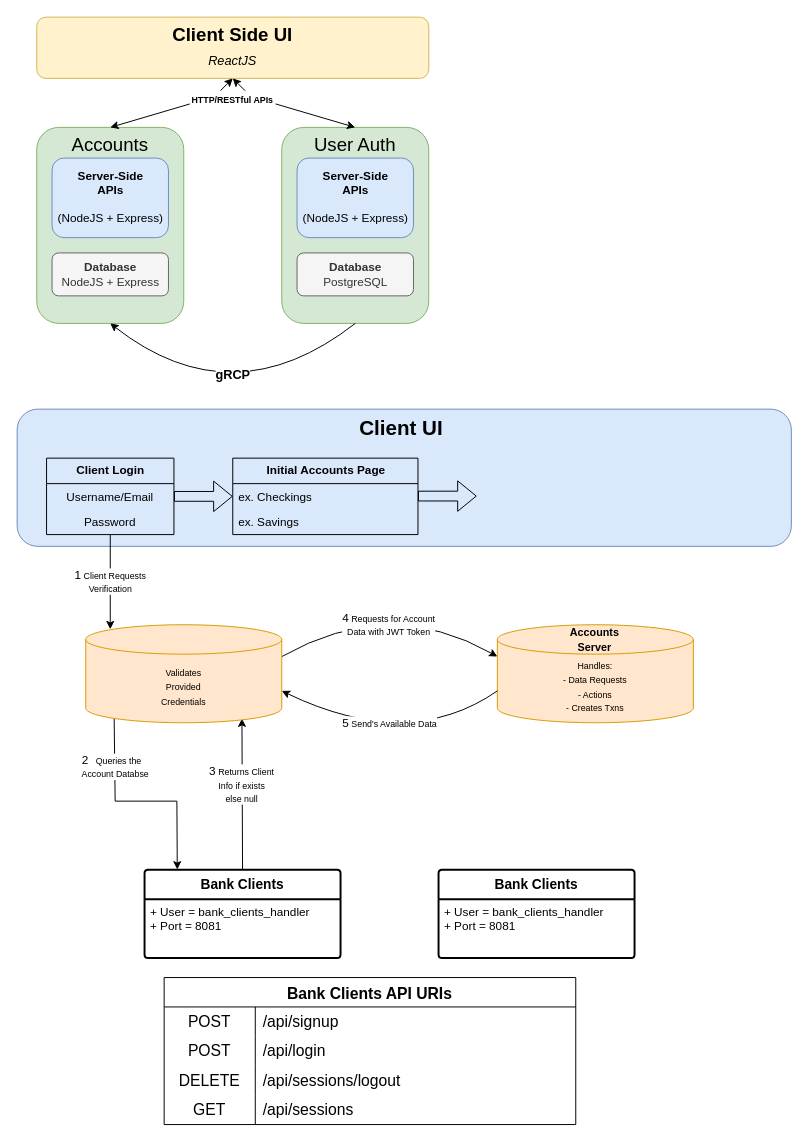
Before: BankingApp_Architecture.drawio in doo1y/banking-app, a draw.io diagram. Source tidied: cells renumbered, new cells numbered last; positions are measured from the earlier drawing's top-left corner, leaving out a move shared by most shapes. Both pictures are drawn from the tidied source at 98%, with x=0, y=0 at pixel (17, 17).
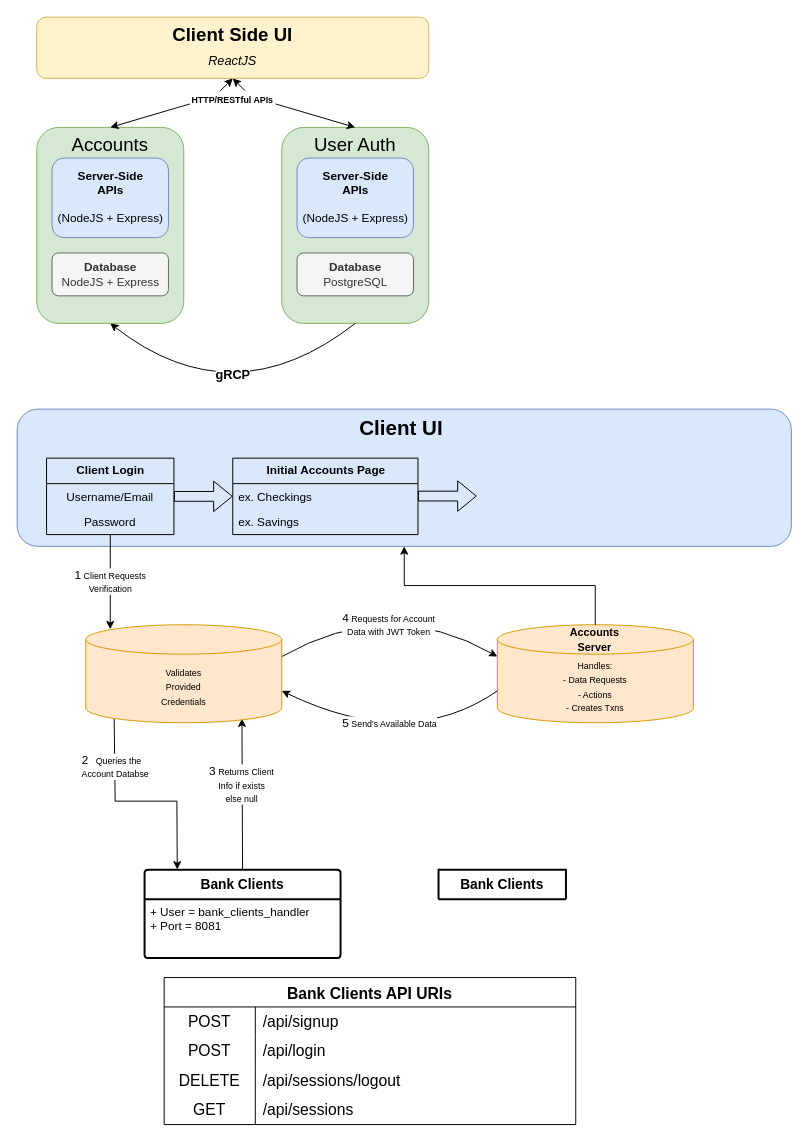
Above is the later version.

Unchanged cells that the change refers to:
```xml
<mxCell id="17" value="&lt;b&gt;&lt;font style=&quot;font-size: 21px;&quot;&gt;Client UI&amp;nbsp;&lt;/font&gt;&lt;/b&gt;" style="rounded=1;whiteSpace=wrap;html=1;fillColor=#dae8fc;strokeColor=#6c8ebf;verticalAlign=top;" parent="1" vertex="1">
  <mxGeometry y="400" width="790" height="140" as="geometry" />
</mxCell>
<mxCell id="36" value="&lt;font style=&quot;font-size: 11px;&quot;&gt;&lt;b&gt;Accounts Server&lt;/b&gt;&lt;/font&gt;" style="text;html=1;strokeColor=none;fillColor=none;align=center;verticalAlign=middle;whiteSpace=wrap;rounded=0;" parent="34" vertex="1">
  <mxGeometry x="71.4" width="57.1" height="30" as="geometry" />
</mxCell>
```

Change to the diagram source:
```diff
@@
-    <mxCell id="40" value="&lt;b&gt;Bank Clients&lt;/b&gt;" style="swimlane;horizontal=1;startSize=30;rounded=1;fontSize=14;fontStyle=0;strokeWidth=2;shadow=0;dashed=0;align=center;arcSize=4;whiteSpace=wrap;html=1;" parent="1" vertex="1">
-      <mxGeometry x="430" y="870" width="200" height="90" as="geometry" />
+    <mxCell id="40" value="&lt;b&gt;Bank Clients&lt;/b&gt;" style="swimlane;horizontal=1;startSize=30;rounded=1;fontSize=14;fontStyle=0;strokeWidth=2;shadow=0;dashed=0;align=center;arcSize=4;whiteSpace=wrap;html=1;" parent="1" vertex="1" collapsed="1">
+      <mxGeometry x="430" y="870" width="130" height="30" as="geometry" />
     </mxCell>
-    <mxCell id="41" value="+ User = bank_clients_handler&lt;br&gt;+ Port = 8081" style="align=left;strokeColor=none;fillColor=none;spacingLeft=4;fontSize=12;verticalAlign=top;html=1;" parent="40" vertex="1">
-      <mxGeometry y="30" width="200" height="60" as="geometry" />
-    </mxCell>
@@
+    <mxCell id="56" style="edgeStyle=orthogonalEdgeStyle;rounded=0;jettySize=auto;html=1;" parent="1" edge="1" source="36" target="17">
+      <mxGeometry relative="1" as="geometry" />
+    </mxCell>
```
